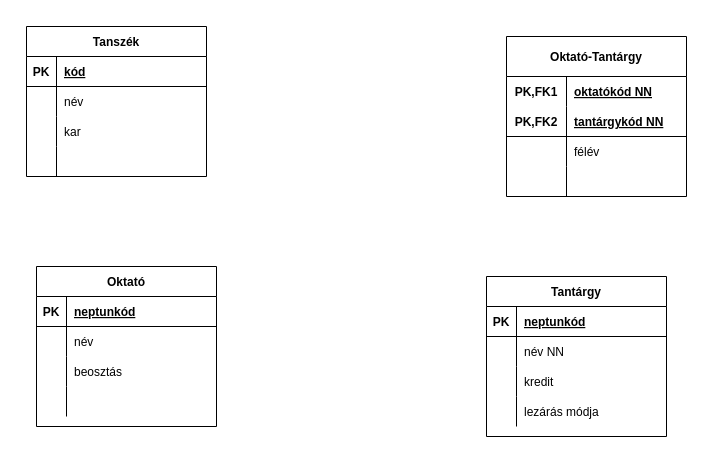
The draw.io diagram HEPMIU_1004/hepmiu_4.1.2.drawio in urbanoliver/HEPMIU_DB1Gyak, before the edit. Source tidied: cells renumbered, new cells numbered last; positions are measured from the earlier drawing's top-left corner, leaving out a move shared by most shapes. Both pictures are drawn from the tidied source at 100%, with x=0, y=0 at pixel (26, 26).
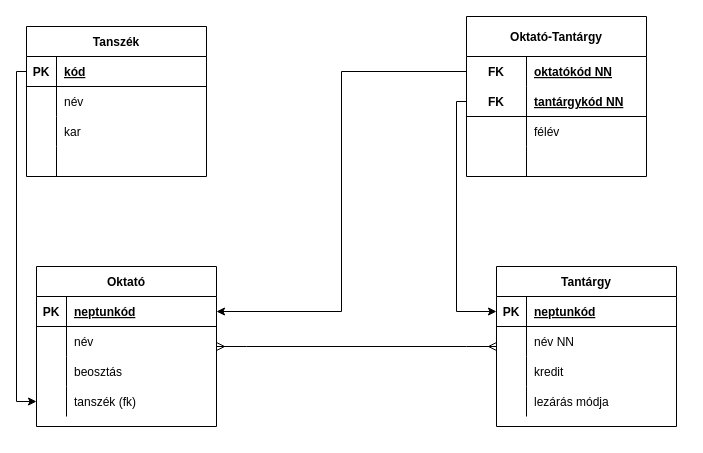
Above is the later version.

The change refers to these unchanged cells:
```xml
<mxCell id="3" style="shape=tableRow;horizontal=0;startSize=0;swimlaneHead=0;swimlaneBody=0;fillColor=none;points=[[0,0.5],[1,0.5]];portConstraint=eastwest;top=0;left=0;right=0;bottom=1;" parent="2" vertex="1">
  <mxGeometry y="30" width="180" height="30" as="geometry" />
</mxCell>
<mxCell id="15" value="Oktató" style="shape=table;startSize=30;childLayout=tableLayout;rowLines=0;fontStyle=1;align=center;" parent="1" vertex="1">
  <mxGeometry x="10" y="240" width="180" height="160" as="geometry" />
</mxCell>
<mxCell id="16" style="shape=tableRow;horizontal=0;startSize=0;swimlaneHead=0;swimlaneBody=0;fillColor=none;points=[[0,0.5],[1,0.5]];portConstraint=eastwest;top=0;left=0;right=0;bottom=1;" parent="15" vertex="1">
  <mxGeometry y="30" width="180" height="30" as="geometry" />
</mxCell>
<mxCell id="25" style="shape=tableRow;horizontal=0;startSize=0;swimlaneHead=0;swimlaneBody=0;fillColor=none;points=[[0,0.5],[1,0.5]];portConstraint=eastwest;top=0;left=0;right=0;bottom=0;" parent="15" vertex="1">
  <mxGeometry y="120" width="180" height="30" as="geometry" />
</mxCell>
<mxCell id="29" style="shape=tableRow;horizontal=0;startSize=0;swimlaneHead=0;swimlaneBody=0;fillColor=none;points=[[0,0.5],[1,0.5]];portConstraint=eastwest;top=0;left=0;right=0;bottom=1;" parent="28" vertex="1">
  <mxGeometry y="30" width="180" height="30" as="geometry" />
</mxCell>
<mxCell id="42" style="shape=tableRow;horizontal=0;startSize=0;swimlaneHead=0;swimlaneBody=0;fillColor=none;points=[[0,0.5],[1,0.5]];portConstraint=eastwest;top=0;left=0;right=0;bottom=0;" parent="41" vertex="1">
  <mxGeometry y="40" width="180" height="30" as="geometry" />
</mxCell>
<mxCell id="45" style="shape=tableRow;horizontal=0;startSize=0;swimlaneHead=0;swimlaneBody=0;fillColor=none;points=[[0,0.5],[1,0.5]];portConstraint=eastwest;top=0;left=0;right=0;bottom=1;" parent="41" vertex="1">
  <mxGeometry y="70" width="180" height="30" as="geometry" />
</mxCell>
```

Diff of the diagram source:
```diff
@@
-    <mxCell id="27" style="shape=partialRectangle;fillColor=none;top=0;left=0;bottom=0;right=0;align=left;spacingLeft=6;overflow=hidden;" parent="25" vertex="1">
+    <mxCell id="27" value="tanszék (fk)" style="shape=partialRectangle;fillColor=none;top=0;left=0;bottom=0;right=0;align=left;spacingLeft=6;overflow=hidden;" parent="25" vertex="1">
       <mxGeometry x="30" width="150" height="30" as="geometry" />
     </mxCell>
     <mxCell id="28" value="Tantárgy" style="shape=table;startSize=30;childLayout=tableLayout;rowLines=0;fontStyle=1;align=center;" parent="1" vertex="1">
-      <mxGeometry x="460" y="250" width="180" height="160" as="geometry" />
+      <mxGeometry x="470" y="240" width="180" height="160" as="geometry" />
     </mxCell>
@@
     <mxCell id="41" value="Oktató-Tantárgy" style="shape=table;startSize=40;childLayout=tableLayout;rowLines=0;fontStyle=1;align=center;" parent="1" vertex="1">
-      <mxGeometry x="480" y="10" width="180" height="160" as="geometry" />
+      <mxGeometry x="440" y="-10" width="180" height="160" as="geometry" />
     </mxCell>
@@
-    <mxCell id="43" value="PK,FK1" style="shape=partialRectangle;fillColor=none;top=0;left=0;bottom=0;right=0;fontStyle=1;overflow=hidden;" parent="42" vertex="1">
+    <mxCell id="43" value="FK" style="shape=partialRectangle;fillColor=none;top=0;left=0;bottom=0;right=0;fontStyle=1;overflow=hidden;" parent="42" vertex="1">
       <mxGeometry width="60" height="30" as="geometry" />
     </mxCell>
@@
-    <mxCell id="46" value="PK,FK2" style="shape=partialRectangle;fillColor=none;top=0;left=0;bottom=0;right=0;fontStyle=1;overflow=hidden;" parent="45" vertex="1">
+    <mxCell id="46" value="FK" style="shape=partialRectangle;fillColor=none;top=0;left=0;bottom=0;right=0;fontStyle=1;overflow=hidden;" parent="45" vertex="1">
       <mxGeometry width="60" height="30" as="geometry" />
     </mxCell>
@@
+    <mxCell id="54" style="endArrow=classic;html=1;rounded=0;exitX=0;exitY=0.5;exitDx=0;exitDy=0;entryX=0;entryY=0.5;entryDx=0;entryDy=0;edgeStyle=orthogonalEdgeStyle;" parent="1" edge="1" source="45" target="29">
+      <mxGeometry relative="1" as="geometry" />
+    </mxCell>
+    <mxCell id="55" style="endArrow=classic;html=1;rounded=0;exitX=0;exitY=0.5;exitDx=0;exitDy=0;entryX=1;entryY=0.5;entryDx=0;entryDy=0;edgeStyle=orthogonalEdgeStyle;" parent="1" edge="1" source="42" target="16">
+      <mxGeometry relative="1" as="geometry" />
+    </mxCell>
+    <mxCell id="56" style="endArrow=classic;html=1;rounded=0;exitX=0;exitY=0.5;exitDx=0;exitDy=0;entryX=0;entryY=0.5;entryDx=0;entryDy=0;edgeStyle=orthogonalEdgeStyle;" parent="1" edge="1" source="3" target="25">
+      <mxGeometry relative="1" as="geometry" />
+    </mxCell>
+    <mxCell id="57" style="edgeStyle=entityRelationEdgeStyle;fontSize=12;html=1;endArrow=ERmany;startArrow=ERmany;rounded=0;" parent="1" edge="1" source="15" target="28">
+      <mxGeometry relative="1" as="geometry" />
+    </mxCell>
```
